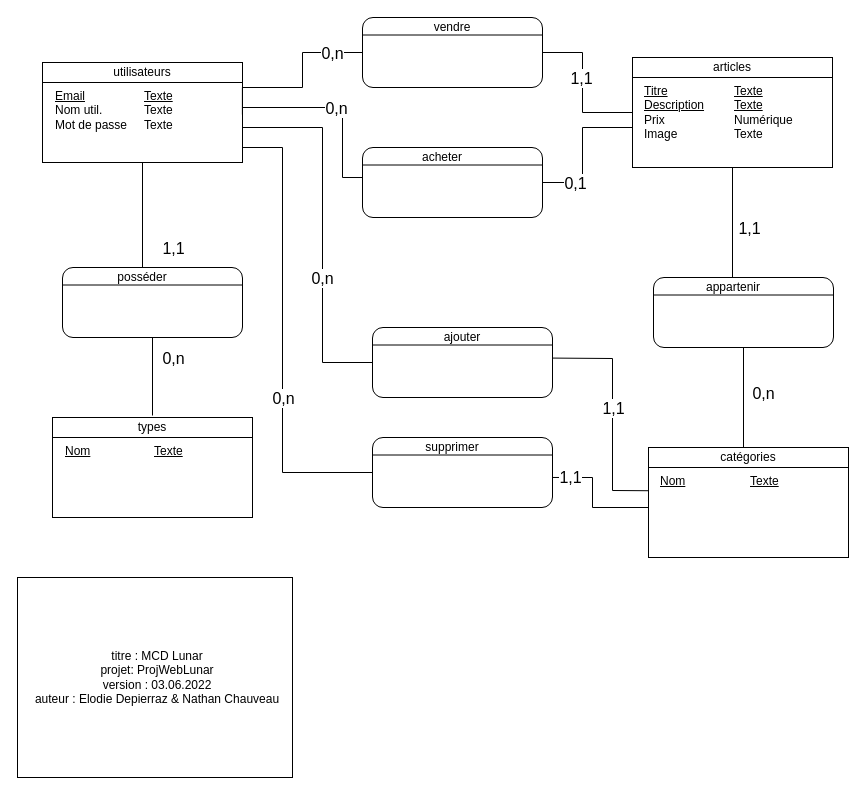
Above: Documentation/Conception/MCD & MLD/MCDLunar.drawio in NicolasGlassey/ProjWebLunar (draw.io), before the change. Source tidied: cells renumbered, new cells numbered last; positions are measured from the earlier drawing's top-left corner, leaving out a move shared by most shapes. Both pictures are drawn from the tidied source at 100%, with x=0, y=0 at pixel (17, 17).
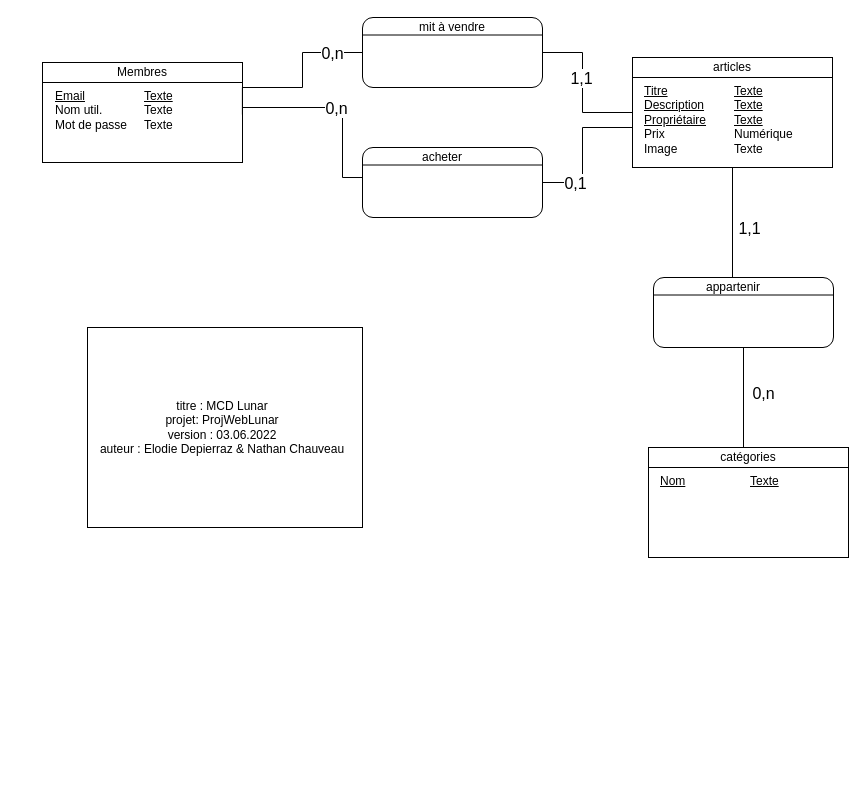
After the change.

The change refers to these unchanged cells:
```xml
<mxCell id="9" value="&lt;u&gt;Email&lt;/u&gt;&lt;br&gt;Nom util.&lt;br&gt;Mot de passe" style="text;html=1;strokeColor=none;fillColor=none;align=left;verticalAlign=top;whiteSpace=wrap;rounded=0;" parent="1" vertex="1">
  <mxGeometry x="36" y="65" width="89" height="80" as="geometry" />
</mxCell>
<mxCell id="10" value="&lt;u&gt;Texte&lt;/u&gt;&lt;br&gt;Texte&lt;br&gt;Texte" style="text;html=1;strokeColor=none;fillColor=none;align=left;verticalAlign=top;whiteSpace=wrap;rounded=0;" parent="1" vertex="1">
  <mxGeometry x="125" y="65" width="100" height="80" as="geometry" />
</mxCell>
<mxCell id="15" value="&lt;div style=&quot;box-sizing: border-box ; width: 100% ; padding: 2px&quot;&gt;&lt;br&gt;&lt;/div&gt;" style="verticalAlign=top;align=center;overflow=fill;html=1;rounded=0;shadow=0;comic=0;labelBackgroundColor=none;strokeColor=#000000;strokeWidth=1;fillColor=#ffffff;fontFamily=Verdana;fontSize=12;fontColor=#000000;" parent="1" vertex="1">
  <mxGeometry x="631" y="430" width="200" height="110" as="geometry" />
</mxCell>
```

Change to the diagram source:
```diff
@@
-    <mxCell id="7" value="utilisateurs" style="rounded=0;whiteSpace=wrap;html=1;" parent="1" vertex="1">
+    <mxCell id="7" value="Membres" style="rounded=0;whiteSpace=wrap;html=1;" parent="1" vertex="1">
       <mxGeometry x="25" y="45" width="200" height="20" as="geometry" />
     </mxCell>
@@
-    <mxCell id="11" value="&lt;u&gt;Titre&lt;/u&gt;&lt;br&gt;&lt;u&gt;Description&lt;/u&gt;&lt;br&gt;Prix&lt;br&gt;Image" style="text;html=1;strokeColor=none;fillColor=none;align=left;verticalAlign=top;whiteSpace=wrap;rounded=0;" parent="1" vertex="1">
+    <mxCell id="11" value="&lt;u&gt;Titre&lt;/u&gt;&lt;br&gt;&lt;u&gt;Description&lt;br&gt;Propriétaire&lt;/u&gt;&lt;br&gt;Prix&lt;br&gt;Image" style="text;html=1;strokeColor=none;fillColor=none;align=left;verticalAlign=top;whiteSpace=wrap;rounded=0;" parent="1" vertex="1">
       <mxGeometry x="625" y="60" width="90" height="90" as="geometry" />
     </mxCell>
-    <mxCell id="12" value="&lt;u&gt;Texte&lt;/u&gt;&lt;br&gt;&lt;u&gt;Texte&lt;/u&gt;&lt;br&gt;Numérique&lt;br&gt;Texte" style="text;html=1;strokeColor=none;fillColor=none;align=left;verticalAlign=top;whiteSpace=wrap;rounded=0;" parent="1" vertex="1">
+    <mxCell id="12" value="&lt;u&gt;Texte&lt;/u&gt;&lt;br&gt;&lt;u&gt;Texte&lt;br&gt;Texte&lt;br&gt;&lt;/u&gt;Numérique&lt;br&gt;Texte" style="text;html=1;strokeColor=none;fillColor=none;align=left;verticalAlign=top;whiteSpace=wrap;rounded=0;" parent="1" vertex="1">
       <mxGeometry x="715" y="60" width="100" height="90" as="geometry" />
     </mxCell>
@@
-    <mxCell id="26" value="&lt;div style=&quot;box-sizing: border-box ; width: 100% ; padding: 2px&quot;&gt;&lt;br&gt;&lt;/div&gt;" style="verticalAlign=top;align=center;overflow=fill;html=1;rounded=0;shadow=0;comic=0;labelBackgroundColor=none;strokeColor=#000000;strokeWidth=1;fillColor=#ffffff;fontFamily=Verdana;fontSize=12;fontColor=#000000;" parent="1" vertex="1">
-      <mxGeometry x="35" y="400" width="200" height="100" as="geometry" />
-    </mxCell>
-    <mxCell id="27" value="types" style="rounded=0;whiteSpace=wrap;html=1;" parent="1" vertex="1">
-      <mxGeometry x="35" y="400" width="200" height="20" as="geometry" />
-    </mxCell>
-    <mxCell id="28" value="&lt;u&gt;Nom&lt;/u&gt;" style="text;html=1;strokeColor=none;fillColor=none;align=left;verticalAlign=top;whiteSpace=wrap;rounded=0;" parent="1" vertex="1">
-      <mxGeometry x="46" y="420" width="89" height="80" as="geometry" />
-    </mxCell>
-    <mxCell id="29" value="&lt;u&gt;Texte&lt;/u&gt;" style="text;html=1;strokeColor=none;fillColor=none;align=left;verticalAlign=top;whiteSpace=wrap;rounded=0;" parent="1" vertex="1">
-      <mxGeometry x="135" y="420" width="100" height="80" as="geometry" />
-    </mxCell>
-    <mxCell id="30" style="edgeStyle=orthogonalEdgeStyle;html=1;labelBackgroundColor=none;startArrow=none;endArrow=none;fontFamily=Verdana;fontSize=12;align=left;exitX=1;exitY=1;exitDx=0;exitDy=0;startFill=0;endFill=0;rounded=0;" parent="1" edge="1" source="9">
-      <mxGeometry relative="1" as="geometry">
-        <mxPoint x="125" y="250" as="targetPoint" />
-      </mxGeometry>
-    </mxCell>
-    <mxCell id="31" value="1,1" style="text;html=1;align=center;verticalAlign=middle;labelBackgroundColor=#ffffff;direction=south;fontSize=16;" parent="30" vertex="1">
-      <mxGeometry x="-0.77" y="-1" relative="1" as="geometry">
-        <mxPoint x="31" y="73" as="offset" />
-      </mxGeometry>
-    </mxCell>
-    <mxCell id="32" value="&lt;div style=&quot;box-sizing: border-box ; width: 100% ; padding: 2px&quot;&gt;&lt;br&gt;&lt;/div&gt;" style="verticalAlign=top;align=center;overflow=fill;html=1;rounded=1;shadow=0;comic=0;labelBackgroundColor=none;strokeColor=#000000;strokeWidth=1;fillColor=#ffffff;fontFamily=Verdana;fontSize=12;fontColor=#000000;" parent="1" vertex="1">
-      <mxGeometry x="45" y="250" width="180" height="70" as="geometry" />
-    </mxCell>
-    <mxCell id="33" style="endArrow=none;html=1;entryX=1;entryY=0.25;entryDx=0;entryDy=0;exitX=0;exitY=0.25;exitDx=0;exitDy=0;" parent="1" edge="1" source="32" target="32">
-      <mxGeometry relative="1" as="geometry" />
-    </mxCell>
-    <mxCell id="34" value="posséder" style="text;html=1;strokeColor=none;fillColor=none;align=center;verticalAlign=middle;whiteSpace=wrap;rounded=0;" parent="1" vertex="1">
-      <mxGeometry x="65" y="250" width="120" height="20" as="geometry" />
-    </mxCell>
-    <mxCell id="35" style="edgeStyle=orthogonalEdgeStyle;html=1;labelBackgroundColor=none;startArrow=none;endArrow=none;fontFamily=Verdana;fontSize=12;align=left;exitX=0.5;exitY=1;exitDx=0;exitDy=0;startFill=0;endFill=0;rounded=0;" parent="1" edge="1" source="32">
-      <mxGeometry relative="1" as="geometry">
-        <mxPoint x="135" y="398" as="targetPoint" />
-        <Array as="points">
-          <mxPoint x="135" y="398" />
-        </Array>
-      </mxGeometry>
-    </mxCell>
-    <mxCell id="36" value="0,n" style="text;html=1;align=center;verticalAlign=middle;labelBackgroundColor=#ffffff;direction=south;fontSize=16;" parent="35" vertex="1">
-      <mxGeometry x="-0.77" y="-1" relative="1" as="geometry">
-        <mxPoint x="21" y="11" as="offset" />
-      </mxGeometry>
-    </mxCell>
@@
-    <mxCell id="39" value="vendre" style="text;html=1;strokeColor=none;fillColor=none;align=center;verticalAlign=middle;whiteSpace=wrap;rounded=0;" parent="1" vertex="1">
+    <mxCell id="39" value="mit à vendre" style="text;html=1;strokeColor=none;fillColor=none;align=center;verticalAlign=middle;whiteSpace=wrap;rounded=0;" parent="1" vertex="1">
       <mxGeometry x="375" width="120" height="20" as="geometry" />
     </mxCell>
@@
-    <mxCell id="44" style="edgeStyle=orthogonalEdgeStyle;rounded=0;jettySize=auto;html=1;startArrow=none;startFill=0;endArrow=none;endFill=0;entryX=0;entryY=0.5;entryDx=0;entryDy=0;" parent="1" edge="1" target="46">
-      <mxGeometry relative="1" as="geometry">
-        <mxPoint x="225" y="80" as="sourcePoint" />
-        <Array as="points">
-          <mxPoint x="225" y="110" />
-          <mxPoint x="305" y="110" />
-          <mxPoint x="305" y="345" />
-        </Array>
-      </mxGeometry>
-    </mxCell>
-    <mxCell id="45" value="0,n" style="text;html=1;align=center;verticalAlign=middle;labelBackgroundColor=#ffffff;fontSize=16;" parent="44" vertex="1">
-      <mxGeometry x="-0.65" relative="1" as="geometry">
-        <mxPoint x="40" y="150" as="offset" />
-      </mxGeometry>
-    </mxCell>
-    <mxCell id="46" value="&lt;div style=&quot;box-sizing: border-box ; width: 100% ; padding: 2px&quot;&gt;&lt;br&gt;&lt;/div&gt;" style="verticalAlign=top;align=center;overflow=fill;html=1;rounded=1;shadow=0;comic=0;labelBackgroundColor=none;strokeColor=#000000;strokeWidth=1;fillColor=#ffffff;fontFamily=Verdana;fontSize=12;fontColor=#000000;" parent="1" vertex="1">
-      <mxGeometry x="355" y="310" width="180" height="70" as="geometry" />
-    </mxCell>
-    <mxCell id="47" style="endArrow=none;html=1;entryX=1;entryY=0.25;entryDx=0;entryDy=0;exitX=0;exitY=0.25;exitDx=0;exitDy=0;" parent="1" edge="1" source="46" target="46">
-      <mxGeometry relative="1" as="geometry" />
-    </mxCell>
-    <mxCell id="48" value="ajouter" style="text;html=1;strokeColor=none;fillColor=none;align=center;verticalAlign=middle;whiteSpace=wrap;rounded=0;" parent="1" vertex="1">
-      <mxGeometry x="385" y="310" width="120" height="20" as="geometry" />
-    </mxCell>
-    <mxCell id="49" value="&lt;div style=&quot;box-sizing: border-box ; width: 100% ; padding: 2px&quot;&gt;&lt;br&gt;&lt;/div&gt;" style="verticalAlign=top;align=center;overflow=fill;html=1;rounded=1;shadow=0;comic=0;labelBackgroundColor=none;strokeColor=#000000;strokeWidth=1;fillColor=#ffffff;fontFamily=Verdana;fontSize=12;fontColor=#000000;" parent="1" vertex="1">
-      <mxGeometry x="355" y="420" width="180" height="70" as="geometry" />
-    </mxCell>
-    <mxCell id="50" style="endArrow=none;html=1;entryX=1;entryY=0.25;entryDx=0;entryDy=0;exitX=0;exitY=0.25;exitDx=0;exitDy=0;" parent="1" edge="1" source="49" target="49">
-      <mxGeometry relative="1" as="geometry" />
-    </mxCell>
-    <mxCell id="51" value="supprimer" style="text;html=1;strokeColor=none;fillColor=none;align=center;verticalAlign=middle;whiteSpace=wrap;rounded=0;" parent="1" vertex="1">
-      <mxGeometry x="375" y="420" width="120" height="20" as="geometry" />
-    </mxCell>
-    <mxCell id="52" style="edgeStyle=orthogonalEdgeStyle;rounded=0;jettySize=auto;html=1;startArrow=none;startFill=0;endArrow=none;endFill=0;entryX=0;entryY=0.5;entryDx=0;entryDy=0;exitX=1;exitY=0.25;exitDx=0;exitDy=0;" parent="1" edge="1" source="10" target="49">
-      <mxGeometry relative="1" as="geometry">
-        <Array as="points">
-          <mxPoint x="225" y="130" />
-          <mxPoint x="265" y="130" />
-          <mxPoint x="265" y="455" />
-        </Array>
-      </mxGeometry>
-    </mxCell>
-    <mxCell id="53" value="0,n" style="text;html=1;align=center;verticalAlign=middle;labelBackgroundColor=#ffffff;fontSize=16;" parent="52" vertex="1">
-      <mxGeometry x="-0.65" relative="1" as="geometry">
-        <mxPoint y="247" as="offset" />
-      </mxGeometry>
-    </mxCell>
-    <mxCell id="54" style="edgeStyle=orthogonalEdgeStyle;rounded=0;jettySize=auto;html=1;startArrow=none;startFill=0;endArrow=none;endFill=0;entryX=0.003;entryY=0.574;entryDx=0;entryDy=0;entryPerimeter=0;exitX=1;exitY=0.571;exitDx=0;exitDy=0;exitPerimeter=0;" parent="1" edge="1" source="49">
-      <mxGeometry relative="1" as="geometry">
-        <mxPoint x="631" y="490" as="targetPoint" />
-        <Array as="points">
-          <mxPoint x="575" y="460" />
-          <mxPoint x="575" y="490" />
-        </Array>
-      </mxGeometry>
-    </mxCell>
-    <mxCell id="55" value="1,1" style="text;html=1;align=center;verticalAlign=middle;labelBackgroundColor=#ffffff;fontSize=16;" parent="54" vertex="1">
-      <mxGeometry x="-0.65" relative="1" as="geometry">
-        <mxPoint x="-4" as="offset" />
-      </mxGeometry>
-    </mxCell>
     <mxCell id="56" style="rounded=0;whiteSpace=wrap;html=1;" parent="1" vertex="1">
-      <mxGeometry y="560" width="275" height="200" as="geometry" />
+      <mxGeometry x="70" y="310" width="275" height="200" as="geometry" />
     </mxCell>
     <mxCell id="57" value="titre : MCD Lunar&lt;br&gt;projet: ProjWebLunar&lt;br&gt;version : 03.06.2022&lt;br&gt;auteur : Elodie Depierraz &amp;amp; Nathan Chauveau" style="text;html=1;strokeColor=none;fillColor=none;align=center;verticalAlign=middle;whiteSpace=wrap;rounded=0;" parent="1" vertex="1">
-      <mxGeometry x="5" y="560" width="270" height="200" as="geometry" />
+      <mxGeometry x="70" y="310" width="270" height="200" as="geometry" />
     </mxCell>
@@
-    <mxCell id="60" style="endArrow=none;html=1;rounded=0;fontSize=14;exitX=-0.002;exitY=0.393;exitDx=0;exitDy=0;exitPerimeter=0;entryX=1.002;entryY=0.437;entryDx=0;entryDy=0;entryPerimeter=0;" parent="1" edge="1" source="15" target="46">
-      <mxGeometry relative="1" as="geometry">
-        <Array as="points">
-          <mxPoint x="595" y="473" />
-          <mxPoint x="595" y="341" />
-        </Array>
-      </mxGeometry>
-    </mxCell>
-    <mxCell id="61" value="1,1" style="text;html=1;align=center;verticalAlign=middle;labelBackgroundColor=#ffffff;fontSize=16;" parent="1" vertex="1">
-      <mxGeometry x="595" y="390" as="geometry" />
-    </mxCell>
```
